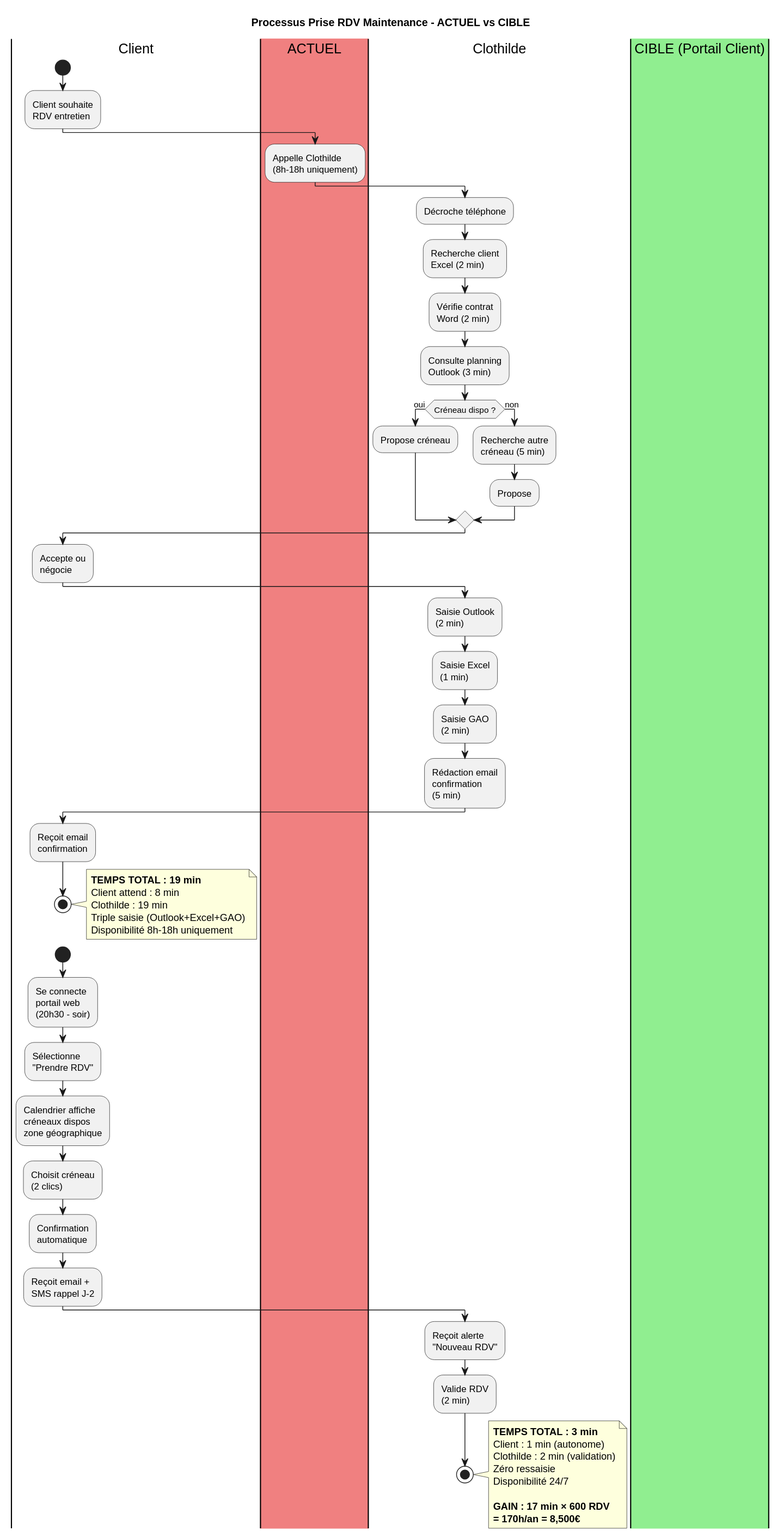
Earlier version of the PlantUML export Maintenance-Technique/uml/Activity_Prise_RDV.svg (JordanSerafini/Audit_Duret).
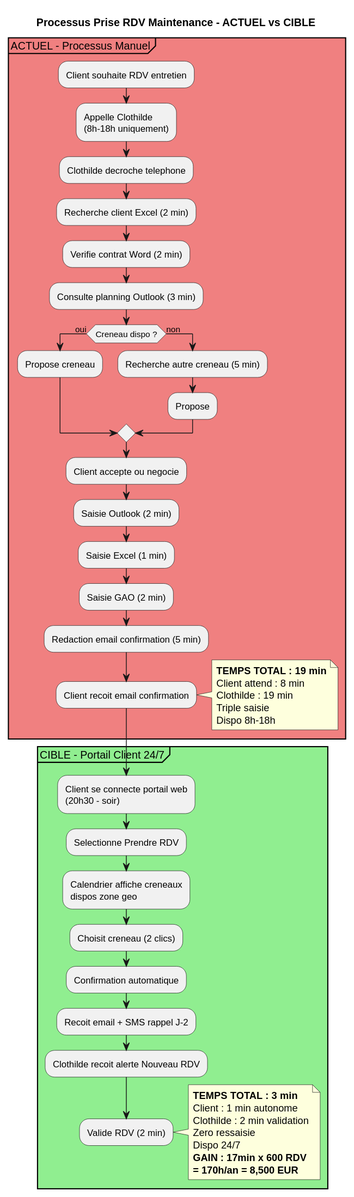
After the change.

The edit, as a diff of the source:
```diff
@@ -1,78 +1,55 @@
 @startuml
 title Processus Prise RDV Maintenance - ACTUEL vs CIBLE
 
-|Client|
-start
-:Client souhaite\nRDV entretien;
+partition "ACTUEL - Processus Manuel" #LightCoral {
+  :Client souhaite RDV entretien;
+  :Appelle Clothilde\n(8h-18h uniquement);
+  :Clothilde decroche telephone;
+  :Recherche client Excel (2 min);
+  :Verifie contrat Word (2 min);
+  :Consulte planning Outlook (3 min);
 
-|#LightCoral|ACTUEL|
-:Appelle Clothilde\n(8h-18h uniquement);
+  if (Creneau dispo ?) then (oui)
+    :Propose creneau;
+  else (non)
+    :Recherche autre creneau (5 min);
+    :Propose;
+  endif
 
-|Clothilde|
-:Décroche téléphone;
-:Recherche client\nExcel (2 min);
-:Vérifie contrat\nWord (2 min);
-:Consulte planning\nOutlook (3 min);
+  :Client accepte ou negocie;
+  :Saisie Outlook (2 min);
+  :Saisie Excel (1 min);
+  :Saisie GAO (2 min);
+  :Redaction email confirmation (5 min);
+  :Client recoit email confirmation;
 
-if (Créneau dispo ?) then (oui)
-  :Propose créneau;
-else (non)
-  :Recherche autre\ncréneau (5 min);
-  :Propose;
-endif
+  note right
+    **TEMPS TOTAL : 19 min**
+    Client attend : 8 min
+    Clothilde : 19 min
+    Triple saisie
+    Dispo 8h-18h
+  end note
+}
 
-|Client|
-:Accepte ou\nnégocie;
+partition "CIBLE - Portail Client 24/7" #LightGreen {
+  :Client se connecte portail web\n(20h30 - soir);
+  :Selectionne Prendre RDV;
+  :Calendrier affiche creneaux\ndispos zone geo;
+  :Choisit creneau (2 clics);
+  :Confirmation automatique;
+  :Recoit email + SMS rappel J-2;
+  :Clothilde recoit alerte Nouveau RDV;
+  :Valide RDV (2 min);
 
-|Clothilde|
-:Saisie Outlook\n(2 min);
-:Saisie Excel\n(1 min);
-:Saisie GAO\n(2 min);
-:Rédaction email\nconfirmation\n(5 min);
-
-|Client|
-:Reçoit email\nconfirmation;
-
-stop
-
-note right
-**TEMPS TOTAL : 19 min**
-Client attend : 8 min
-Clothilde : 19 min
-Triple saisie (Outlook+Excel+GAO)
-Disponibilité 8h-18h uniquement
-end note
-
-|#LightGreen|CIBLE (Portail Client)|
-|Client|
-start
-:Se connecte\nportail web\n(20h30 - soir);
-
-:Sélectionne\n"Prendre RDV";
-
-:Calendrier affiche\ncréneaux dispos\nzone géographique;
-
-:Choisit créneau\n(2 clics);
-
-:Confirmation\nautomatique;
-
-:Reçoit email +\nSMS rappel J-2;
-
-|Clothilde|
-:Reçoit alerte\n"Nouveau RDV";
-
-:Valide RDV\n(2 min);
-
-stop
-
-note right
-**TEMPS TOTAL : 3 min**
-Client : 1 min (autonome)
-Clothilde : 2 min (validation)
-Zéro ressaisie
-Disponibilité 24/7
-
-**GAIN : 17 min × 600 RDV**
-**= 170h/an = 8,500€**
-end note
+  note right
+    **TEMPS TOTAL : 3 min**
+    Client : 1 min autonome
+    Clothilde : 2 min validation
+    Zero ressaisie
+    Dispo 24/7
+    **GAIN : 17min x 600 RDV**
+    **= 170h/an = 8,500 EUR**
+  end note
+}
 @enduml
```
